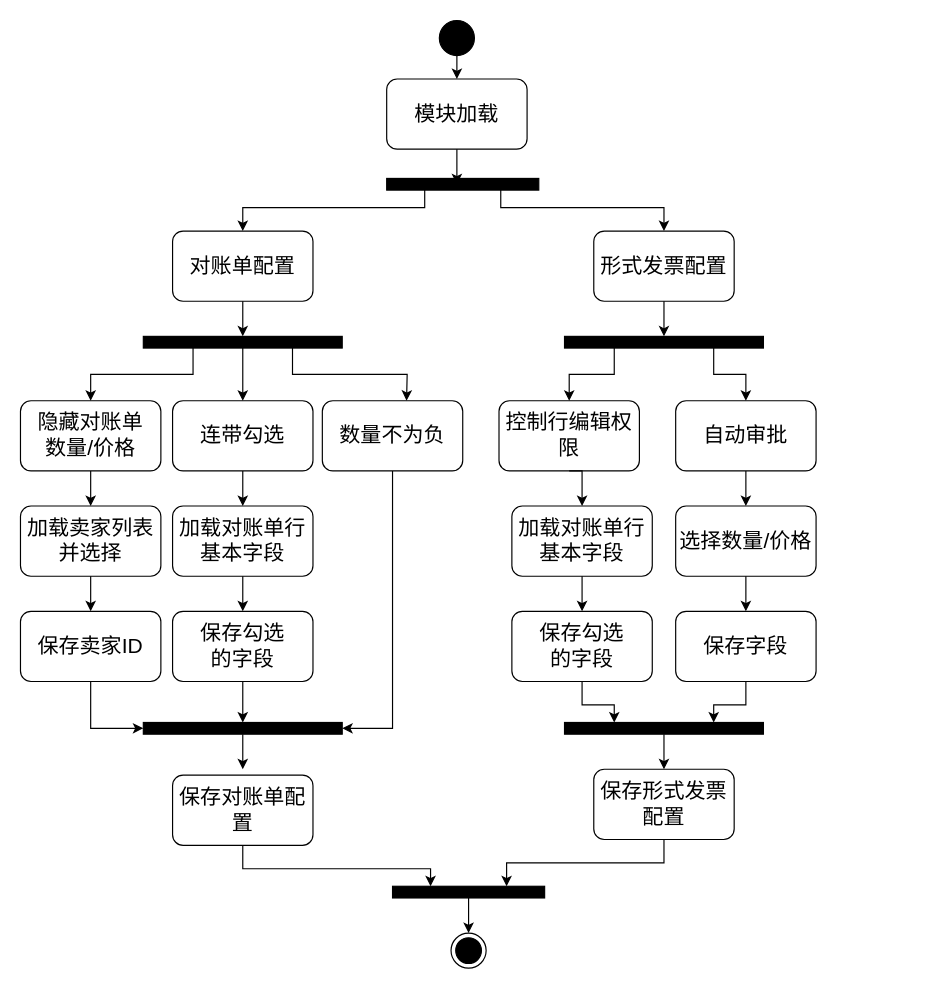
This is page "配置模块" (7 of 7) of 概要设计.drawio from Robbie-Han/graduation-thesis, a draw.io file, before an edit. Source tidied: cells renumbered, new cells numbered last; positions are measured from the earlier drawing's top-left corner, leaving out a move shared by most shapes. Both pictures are drawn from the tidied source at 117%, with x=0, y=0 at pixel (20, 20).
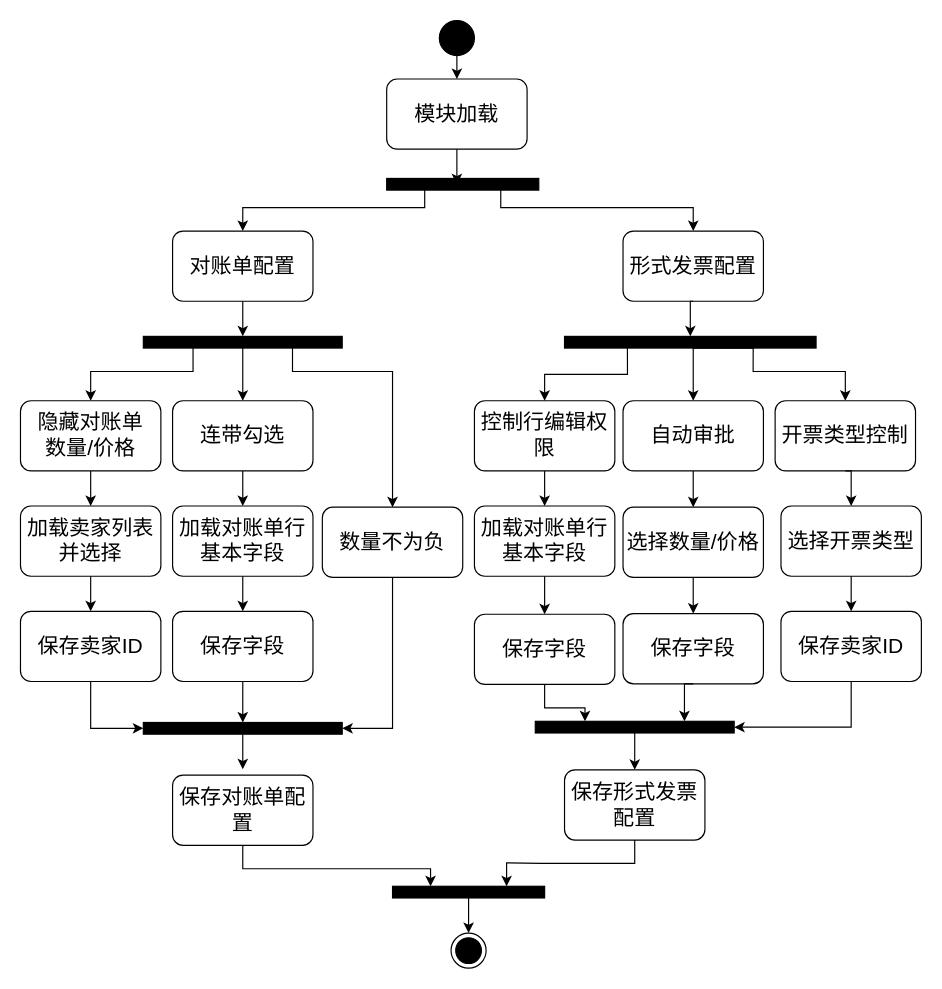
The same page after the edit.

Unchanged cells that the change refers to:
```xml
<mxCell id="8" style="rounded=0;whiteSpace=wrap;html=1;fillColor=#000000;" parent="1" vertex="1">
  <mxGeometry x="313" y="135" width="130" height="10" as="geometry" />
</mxCell>
<mxCell id="17" style="rounded=0;whiteSpace=wrap;html=1;fillColor=#000000;" parent="1" vertex="1">
  <mxGeometry x="105" y="270" width="170" height="10" as="geometry" />
</mxCell>
<mxCell id="19" value="&lt;span style=&quot;font-size: 18px&quot;&gt;隐藏对账单&lt;br&gt;数量/价格&lt;/span&gt;" style="rounded=1;whiteSpace=wrap;html=1;fillColor=none;" parent="1" vertex="1">
  <mxGeometry y="325" width="120" height="60" as="geometry" />
</mxCell>
```

What changed in the source:
```diff
@@
-    <mxCell id="7" style="edgeStyle=orthogonalEdgeStyle;rounded=0;jettySize=auto;html=1;exitX=0.75;exitY=1;exitDx=0;exitDy=0;" parent="1" edge="1" source="8" target="13">
+    <mxCell id="7" style="edgeStyle=orthogonalEdgeStyle;rounded=0;jettySize=auto;html=1;exitX=0.75;exitY=1;exitDx=0;exitDy=0;entryX=0.5;entryY=0;entryDx=0;entryDy=0;" parent="1" edge="1" source="8" target="13">
       <mxGeometry relative="1" as="geometry">
         <Array as="points">
           <mxPoint x="411" y="160" />
-          <mxPoint x="550" y="160" />
+          <mxPoint x="575" y="160" />
         </Array>
       </mxGeometry>
     </mxCell>
@@
     <mxCell id="13" value="&lt;span style=&quot;font-size: 18px&quot;&gt;形式发票配置&lt;/span&gt;" style="rounded=1;whiteSpace=wrap;html=1;fillColor=none;" parent="1" vertex="1">
-      <mxGeometry x="490" y="180" width="120" height="60" as="geometry" />
+      <mxGeometry x="515" y="180" width="120" height="60" as="geometry" />
     </mxCell>
     <mxCell id="14" style="edgeStyle=orthogonalEdgeStyle;rounded=0;jettySize=auto;html=1;exitX=0.25;exitY=1;exitDx=0;exitDy=0;entryX=0.5;entryY=0;entryDx=0;entryDy=0;" parent="1" edge="1" source="17" target="19">
-      <mxGeometry relative="1" as="geometry" />
+      <mxGeometry relative="1" as="geometry">
+        <Array as="points">
+          <mxPoint x="148" y="300" />
+          <mxPoint x="60" y="300" />
+        </Array>
+      </mxGeometry>
     </mxCell>
@@
-    <mxCell id="16" style="edgeStyle=orthogonalEdgeStyle;rounded=0;jettySize=auto;html=1;exitX=0.75;exitY=1;exitDx=0;exitDy=0;" parent="1" edge="1" source="17">
-      <mxGeometry relative="1" as="geometry">
-        <mxPoint x="330" y="325" as="targetPoint" />
-      </mxGeometry>
-    </mxCell>
+    <mxCell id="58" style="edgeStyle=orthogonalEdgeStyle;rounded=0;jettySize=auto;html=1;exitX=0.75;exitY=1;exitDx=0;exitDy=0;" parent="1" edge="1" source="17" target="27">
+      <mxGeometry relative="1" as="geometry">
+        <Array as="points">
+          <mxPoint x="233" y="300" />
+          <mxPoint x="318" y="300" />
+        </Array>
+      </mxGeometry>
+    </mxCell>
@@
     <mxCell id="27" value="&lt;span style=&quot;font-size: 18px&quot;&gt;数量不为负&lt;/span&gt;" style="rounded=1;whiteSpace=wrap;html=1;fillColor=none;" parent="1" vertex="1">
-      <mxGeometry x="258" y="325" width="120" height="60" as="geometry" />
+      <mxGeometry x="258" y="416" width="120" height="60" as="geometry" />
     </mxCell>
@@
-    <mxCell id="31" value="&lt;span style=&quot;font-size: 18px&quot;&gt;保存勾选&lt;br&gt;的字段&lt;/span&gt;" style="rounded=1;whiteSpace=wrap;html=1;fillColor=none;" parent="1" vertex="1">
+    <mxCell id="31" value="&lt;span style=&quot;font-size: 18px&quot;&gt;保存字段&lt;/span&gt;" style="rounded=1;whiteSpace=wrap;html=1;fillColor=none;" parent="1" vertex="1">
       <mxGeometry x="130" y="505" width="120" height="60" as="geometry" />
     </mxCell>
@@
     <mxCell id="35" style="edgeStyle=orthogonalEdgeStyle;rounded=0;jettySize=auto;html=1;exitX=0.75;exitY=1;exitDx=0;exitDy=0;entryX=0.5;entryY=0;entryDx=0;entryDy=0;" parent="1" edge="1" source="36" target="44">
-      <mxGeometry relative="1" as="geometry" />
+      <mxGeometry relative="1" as="geometry">
+        <Array as="points">
+          <mxPoint x="575" y="280" />
+        </Array>
+      </mxGeometry>
     </mxCell>
+    <mxCell id="59" style="edgeStyle=orthogonalEdgeStyle;rounded=0;jettySize=auto;html=1;exitX=0.75;exitY=1;exitDx=0;exitDy=0;entryX=0.5;entryY=0;entryDx=0;entryDy=0;" parent="1" edge="1" source="36" target="61">
+      <mxGeometry relative="1" as="geometry">
+        <Array as="points">
+          <mxPoint x="626" y="300" />
+          <mxPoint x="705" y="300" />
+        </Array>
+      </mxGeometry>
+    </mxCell>
     <mxCell id="36" style="rounded=0;whiteSpace=wrap;html=1;fillColor=#000000;" parent="1" vertex="1">
-      <mxGeometry x="465" y="270" width="170" height="10" as="geometry" />
+      <mxGeometry x="465" y="270" width="215" height="10" as="geometry" />
     </mxCell>
@@
     <mxCell id="38" value="&lt;span style=&quot;font-size: 18px&quot;&gt;控制行编辑权限&lt;/span&gt;" style="rounded=1;whiteSpace=wrap;html=1;fillColor=none;" parent="1" vertex="1">
-      <mxGeometry x="409" y="325" width="120" height="60" as="geometry" />
+      <mxGeometry x="388" y="325" width="120" height="60" as="geometry" />
     </mxCell>
@@
     <mxCell id="40" value="&lt;span style=&quot;font-size: 18px&quot;&gt;加载对账单行基本字段&lt;/span&gt;" style="rounded=1;whiteSpace=wrap;html=1;fillColor=none;" parent="1" vertex="1">
-      <mxGeometry x="420" y="415" width="120" height="60" as="geometry" />
+      <mxGeometry x="388" y="415" width="120" height="60" as="geometry" />
     </mxCell>
@@
-    <mxCell id="42" value="&lt;span style=&quot;font-size: 18px&quot;&gt;保存勾选&lt;br&gt;的字段&lt;/span&gt;" style="rounded=1;whiteSpace=wrap;html=1;fillColor=none;" parent="1" vertex="1">
-      <mxGeometry x="420" y="505" width="120" height="60" as="geometry" />
+    <mxCell id="42" value="&lt;span style=&quot;font-size: 18px&quot;&gt;保存字段&lt;/span&gt;" style="rounded=1;whiteSpace=wrap;html=1;fillColor=none;" parent="1" vertex="1">
+      <mxGeometry x="388" y="507.5" width="120" height="60" as="geometry" />
     </mxCell>
@@
     <mxCell id="44" value="&lt;span style=&quot;font-size: 18px&quot;&gt;自动审批&lt;/span&gt;" style="rounded=1;whiteSpace=wrap;html=1;fillColor=none;" parent="1" vertex="1">
-      <mxGeometry x="560" y="325" width="120" height="60" as="geometry" />
+      <mxGeometry x="515" y="325" width="120" height="60" as="geometry" />
     </mxCell>
@@
     <mxCell id="46" value="&lt;span style=&quot;font-size: 18px&quot;&gt;选择数量/价格&lt;/span&gt;" style="rounded=1;whiteSpace=wrap;html=1;fillColor=none;" parent="1" vertex="1">
-      <mxGeometry x="560" y="415" width="120" height="60" as="geometry" />
+      <mxGeometry x="515" y="416" width="120" height="60" as="geometry" />
     </mxCell>
@@
     <mxCell id="48" value="&lt;span style=&quot;font-size: 18px&quot;&gt;保存字段&lt;/span&gt;" style="rounded=1;whiteSpace=wrap;html=1;fillColor=none;" parent="1" vertex="1">
-      <mxGeometry x="560" y="505" width="120" height="60" as="geometry" />
+      <mxGeometry x="515" y="507" width="120" height="60" as="geometry" />
     </mxCell>
@@
     <mxCell id="50" style="rounded=0;whiteSpace=wrap;html=1;fillColor=#000000;" parent="1" vertex="1">
-      <mxGeometry x="465" y="600" width="170" height="10" as="geometry" />
+      <mxGeometry x="440" y="599" width="170" height="10" as="geometry" />
     </mxCell>
@@
     <mxCell id="56" value="&lt;span style=&quot;font-size: 18px&quot;&gt;保存形式发票配置&lt;/span&gt;" style="rounded=1;whiteSpace=wrap;html=1;fillColor=none;" parent="1" vertex="1">
-      <mxGeometry x="490" y="640" width="120" height="60" as="geometry" />
+      <mxGeometry x="465" y="640.5" width="120" height="60" as="geometry" />
     </mxCell>
@@
+    <mxCell id="60" style="edgeStyle=orthogonalEdgeStyle;rounded=0;jettySize=auto;html=1;exitX=0.5;exitY=1;exitDx=0;exitDy=0;entryX=0.5;entryY=0;entryDx=0;entryDy=0;" parent="1" edge="1" source="61" target="63">
+      <mxGeometry relative="1" as="geometry" />
+    </mxCell>
+    <mxCell id="61" value="&lt;span style=&quot;font-size: 18px&quot;&gt;开票类型控制&lt;/span&gt;" style="rounded=1;whiteSpace=wrap;html=1;fillColor=none;" parent="1" vertex="1">
+      <mxGeometry x="645" y="325" width="120" height="60" as="geometry" />
+    </mxCell>
+    <mxCell id="62" style="edgeStyle=orthogonalEdgeStyle;rounded=0;jettySize=auto;html=1;" parent="1" edge="1" source="63" target="65">
+      <mxGeometry relative="1" as="geometry" />
+    </mxCell>
+    <mxCell id="63" value="&lt;span style=&quot;font-size: 18px&quot;&gt;选择开票类型&lt;/span&gt;" style="rounded=1;whiteSpace=wrap;html=1;fillColor=none;" parent="1" vertex="1">
+      <mxGeometry x="650" y="415" width="120" height="60" as="geometry" />
+    </mxCell>
+    <mxCell id="64" style="edgeStyle=orthogonalEdgeStyle;rounded=0;jettySize=auto;html=1;exitX=0.5;exitY=1;exitDx=0;exitDy=0;entryX=1;entryY=0.5;entryDx=0;entryDy=0;" parent="1" edge="1" source="65" target="50">
+      <mxGeometry relative="1" as="geometry" />
+    </mxCell>
+    <mxCell id="65" value="&lt;span style=&quot;font-size: 18px&quot;&gt;保存卖家ID&lt;/span&gt;" style="rounded=1;whiteSpace=wrap;html=1;fillColor=none;" parent="1" vertex="1">
+      <mxGeometry x="650" y="505" width="120" height="60" as="geometry" />
+    </mxCell>
```
